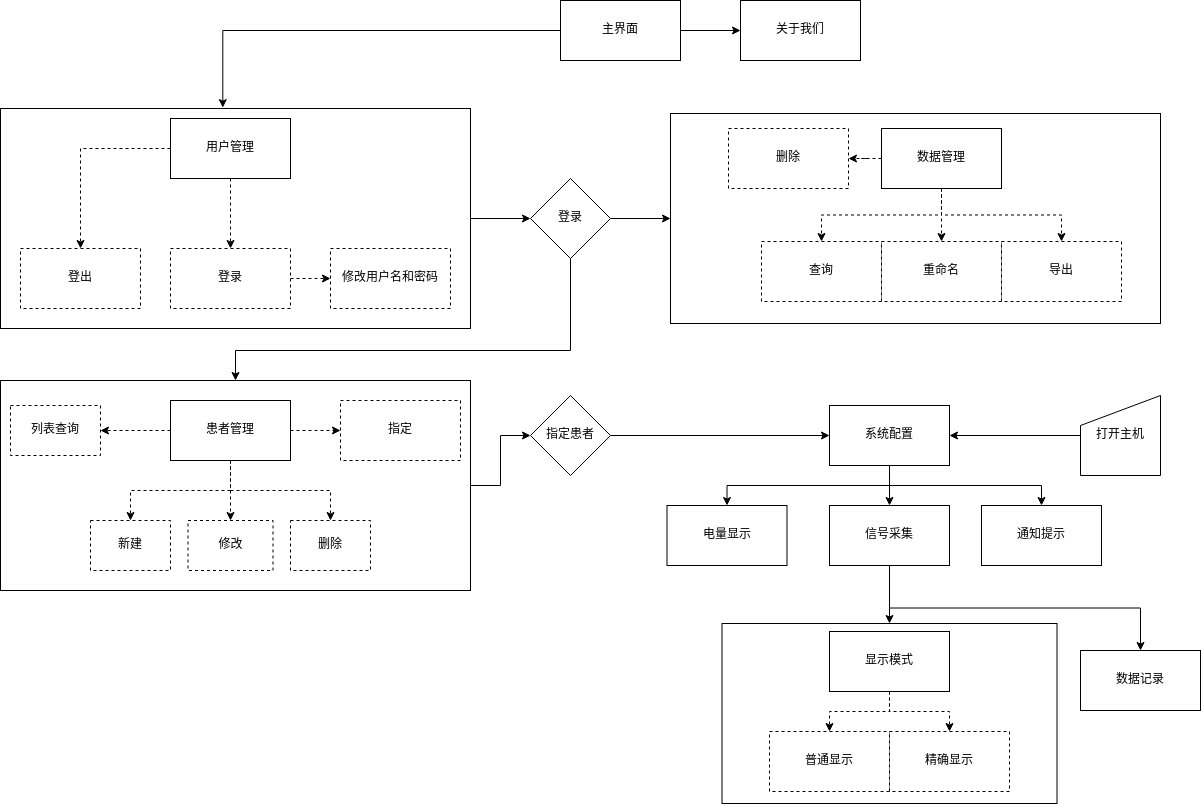
Above: 图片/概念设计-组成模块层次结构图.png in yz360307/draw (draw.io), before the change. Source tidied: cells renumbered, new cells last; positions are measured from the earlier drawing's top-left corner, leaving out a move shared by most shapes.
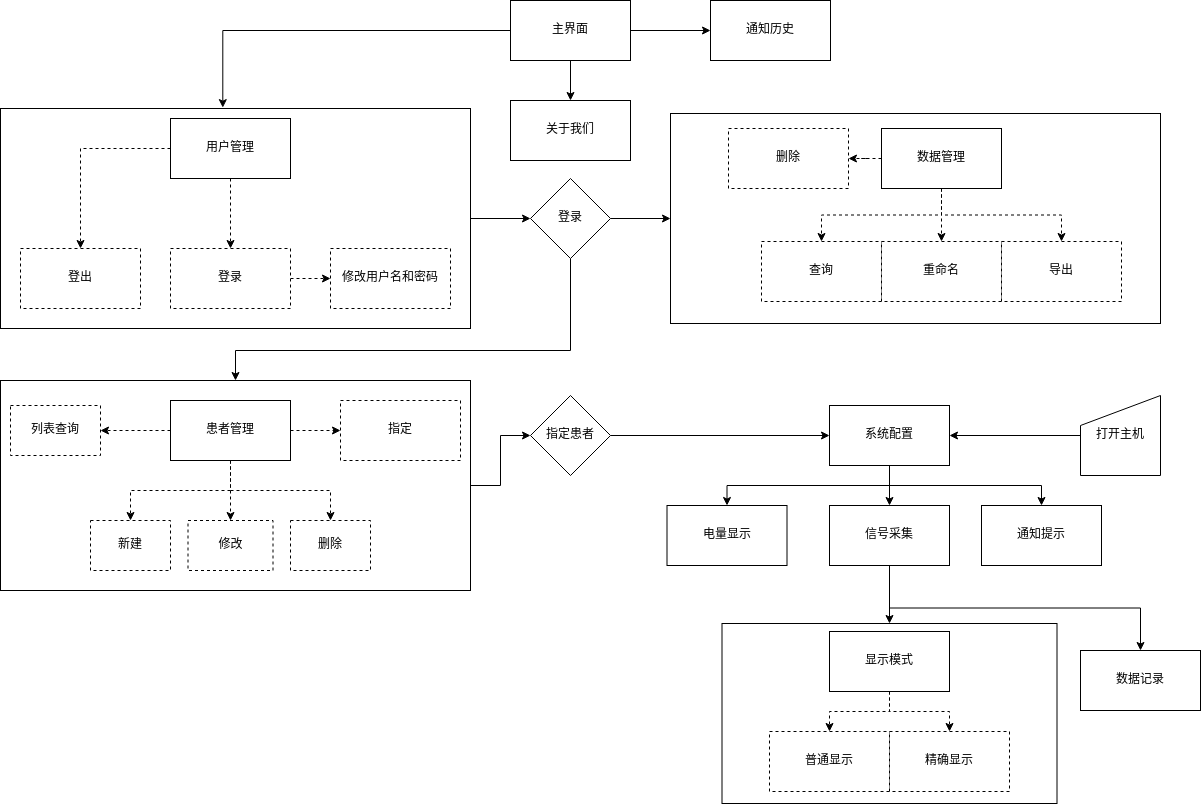
Above is the later version.

Change to the diagram source:
```diff
@@ -26,8 +26,11 @@
     <mxCell id="9" style="edgeStyle=orthogonalEdgeStyle;rounded=0;jettySize=auto;html=1;" parent="1" edge="1" source="10" target="29">
       <mxGeometry relative="1" as="geometry" />
     </mxCell>
+    <mxCell id="61" style="edgeStyle=orthogonalEdgeStyle;rounded=0;jettySize=auto;html=1;" parent="1" edge="1" source="10" target="62">
+      <mxGeometry relative="1" as="geometry" />
+    </mxCell>
     <mxCell id="10" value="主界面" style="rounded=0;html=1;whiteSpace=wrap;" parent="1" vertex="1">
-      <mxGeometry x="560" width="120" height="60" as="geometry" />
+      <mxGeometry x="510" width="120" height="60" as="geometry" />
     </mxCell>
     <mxCell id="11" style="edgeStyle=orthogonalEdgeStyle;rounded=0;jettySize=auto;html=1;dashed=1;" parent="1" edge="1" source="14" target="15">
       <mxGeometry relative="1" as="geometry" />
@@ -84,7 +87,7 @@
       <mxGeometry x="187.5" y="520" width="85" height="50" as="geometry" />
     </mxCell>
     <mxCell id="29" value="关于我们" style="whiteSpace=wrap;html=1;rounded=0;" parent="1" vertex="1">
-      <mxGeometry x="740" width="120" height="60" as="geometry" />
+      <mxGeometry x="510" y="100" width="120" height="60" as="geometry" />
     </mxCell>
     <mxCell id="30" style="edgeStyle=orthogonalEdgeStyle;rounded=0;jettySize=auto;html=1;dashed=1;" parent="1" edge="1" source="34" target="35">
       <mxGeometry relative="1" as="geometry" />
@@ -184,5 +187,8 @@
     <mxCell id="60" value="打开主机" style="shape=manualInput;whiteSpace=wrap;html=1;" parent="1" vertex="1">
       <mxGeometry x="1080" y="395" width="80" height="80" as="geometry" />
     </mxCell>
+    <mxCell id="62" value="通知历史" style="whiteSpace=wrap;html=1;rounded=0;" parent="1" vertex="1">
+      <mxGeometry x="710" width="120" height="60" as="geometry" />
+    </mxCell>
   </root>
 </mxGraphModel>
```
